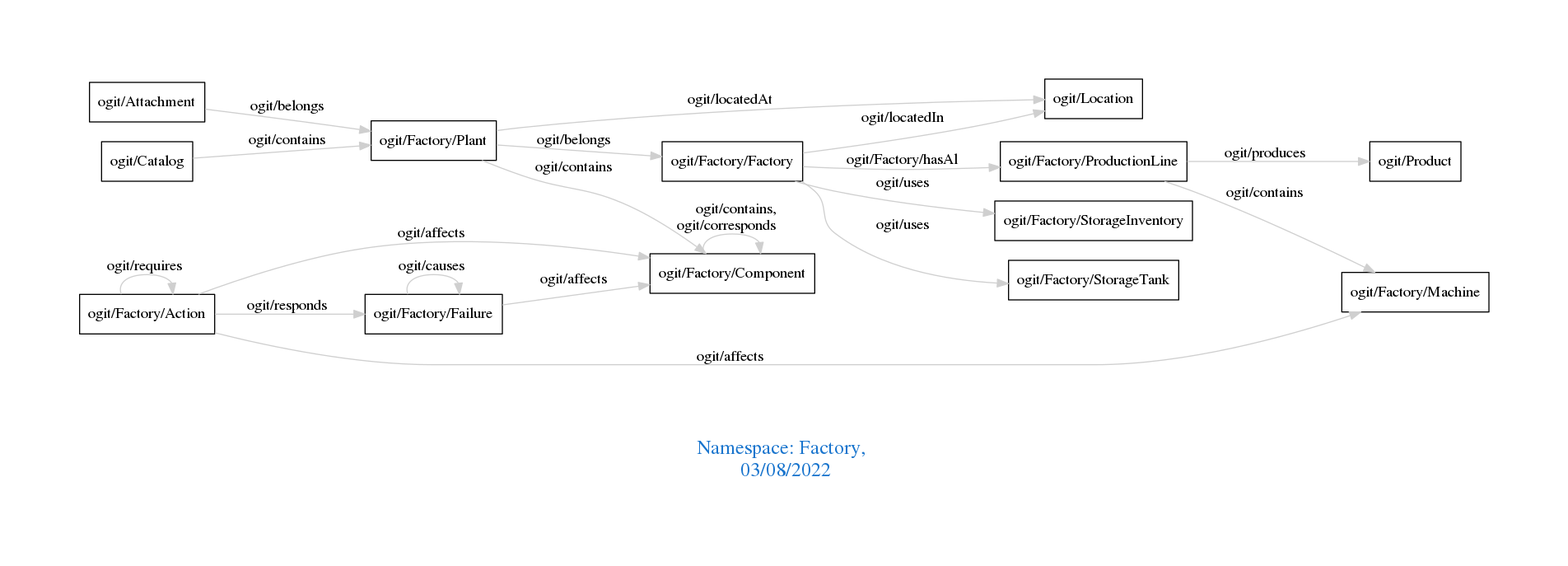
This is downloads/Factory.png from arago/OGIT, a Graphviz export, as it was before one commit. Its source is kept beside it as downloads/Factory.dot.
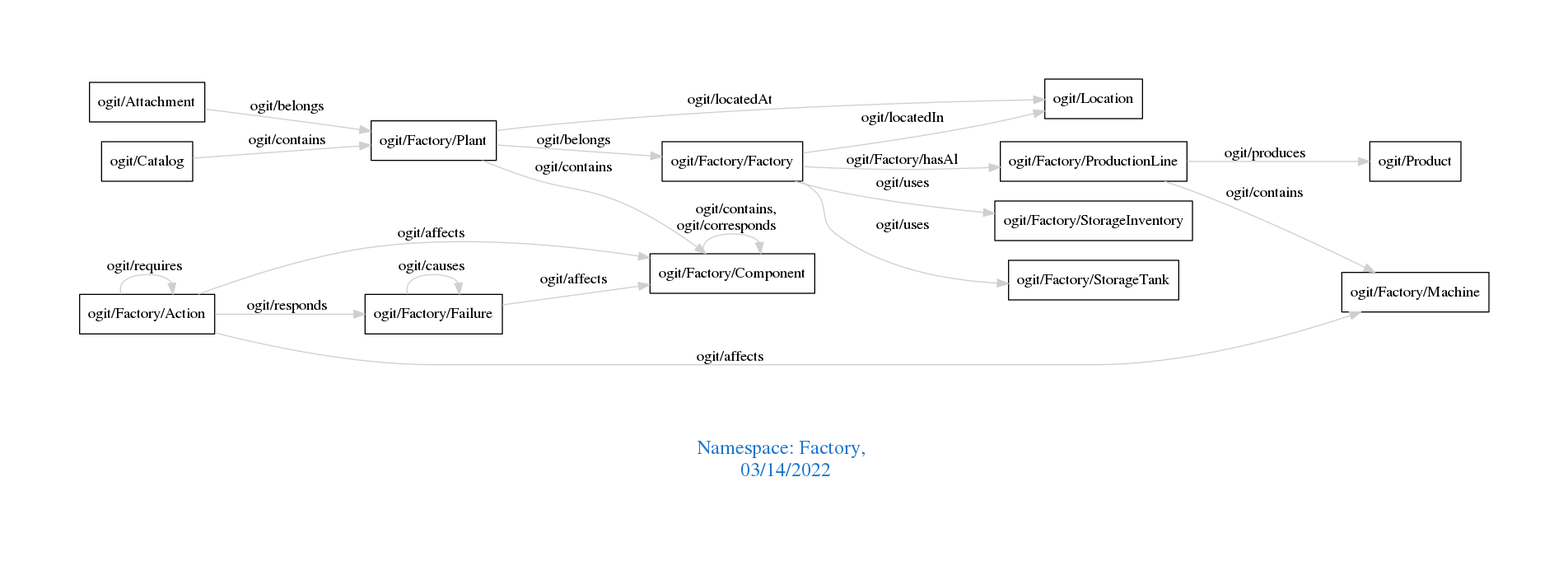
The same diagram one commit later.

Change to the diagram source:
```diff
@@ -1,7 +1,7 @@
 digraph OGIT_ontology {
  graph [ rankdir= LR,pad=1
 fontsize = 18,
-fontcolor= dodgerblue3,label = "\n\n\nNamespace: Factory, \n 03/08/2022"];
+fontcolor= dodgerblue3,label = "\n\n\nNamespace: Factory, \n 03/14/2022"];
 node[shape=polygon];
 edge [  color="gray81"];
 
```
